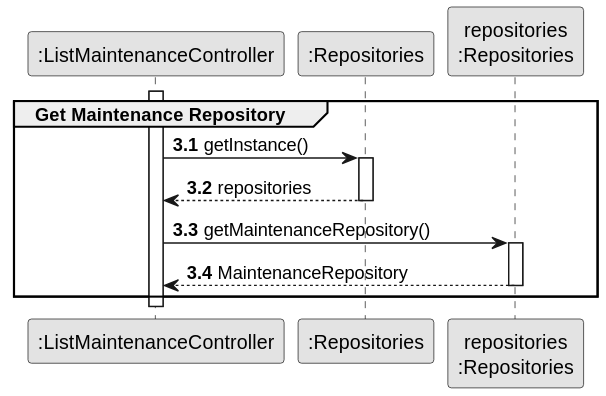
Above: docs/sprintC/us008/03.design/svg/us008-sequence-diagram-partial-get-maintenance-repository.svg in ricardomm7/leaflink (PlantUML), before the change.
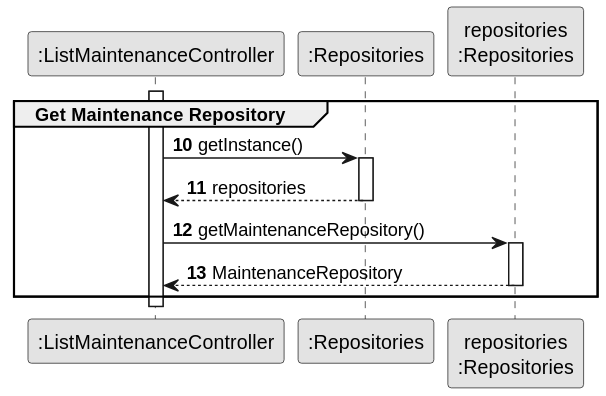
After the change.

The edit, as a diff of the source:
```diff
@@ -3,16 +3,15 @@
 skinparam packageStyle rectangle
 skinparam shadowing false
 
-autonumber
 
 
 participant ":ListMaintenanceController" as CTRL
 participant ":Repositories" as RepositorySingleton
 participant "repositories\n:Repositories" as PLAT
 
+autonumber 10
 
 activate CTRL
-autonumber 3.1
     group Get Maintenance Repository
 
         CTRL -> RepositorySingleton : getInstance()
@@ -29,6 +28,5 @@
 
     end
 
-
 deactivate CTRL
 @enduml
```
